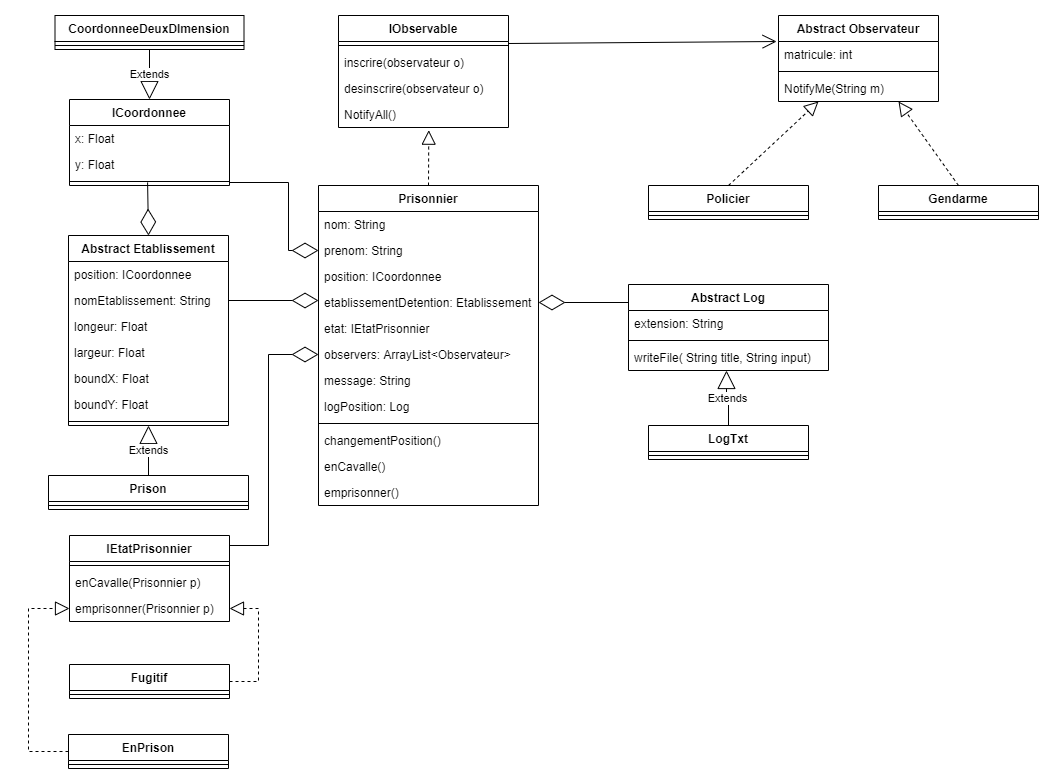
e1730934/System-Prison keeps this draw.io diagram as Quiz04BilalKhendaf.drawio.png. Above is the earlier version. Source tidied: cells renumbered, new cells last; positions are measured from the earlier drawing's top-left corner, leaving out a move shared by most shapes.
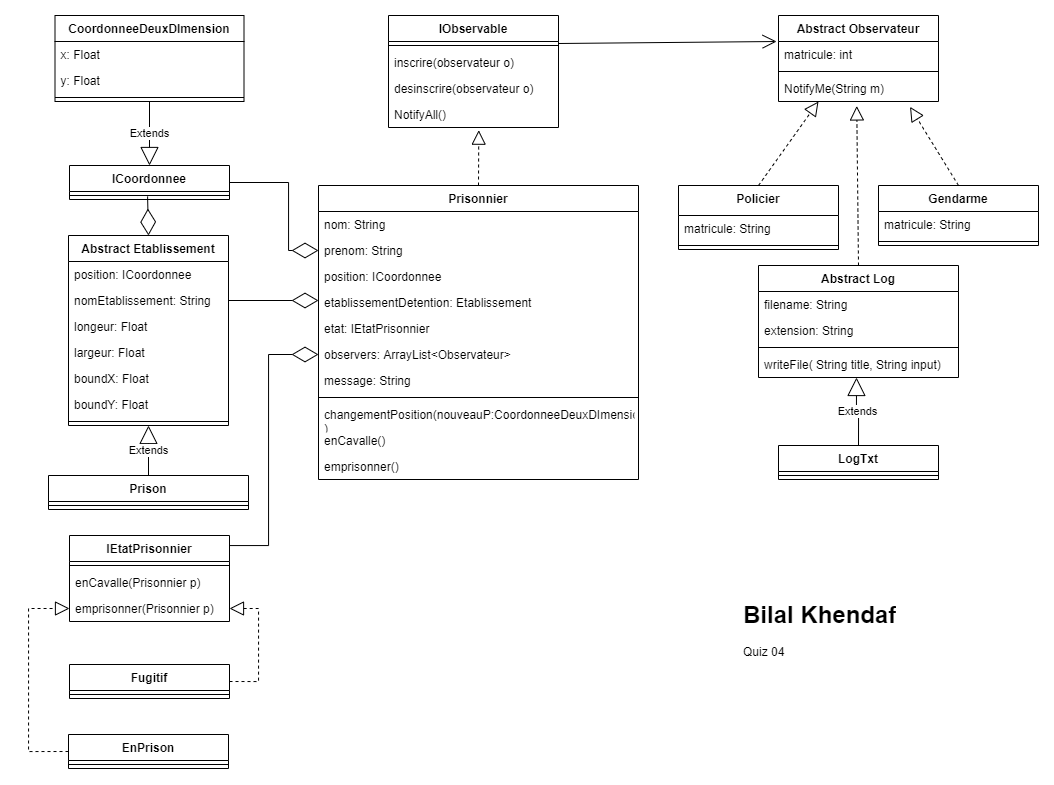
Later version of the same file.

What changed in the source:
```diff
@@ -3,55 +3,46 @@
     <mxCell id="0" />
     <mxCell id="1" parent="0" />
     <mxCell id="2" value="ICoordonnee" style="swimlane;fontStyle=1;align=center;verticalAlign=top;horizontal=1;startSize=26;" parent="1" vertex="1">
-      <mxGeometry x="41" y="84" width="160" height="86" as="geometry" />
+      <mxGeometry x="41" y="150" width="160" height="34" as="geometry" />
     </mxCell>
-    <mxCell id="3" value="x: Float" style="text;strokeColor=none;fillColor=none;align=left;verticalAlign=top;spacingLeft=4;spacingRight=4;overflow=hidden;" parent="2" vertex="1">
-      <mxGeometry y="26" width="160" height="26" as="geometry" />
-    </mxCell>
-    <mxCell id="4" value="y: Float" style="text;strokeColor=none;fillColor=none;align=left;verticalAlign=top;spacingLeft=4;spacingRight=4;overflow=hidden;" parent="2" vertex="1">
-      <mxGeometry y="52" width="160" height="26" as="geometry" />
-    </mxCell>
     <mxCell id="5" style="line;strokeWidth=1;fillColor=none;align=left;verticalAlign=middle;spacingTop=-1;spacingLeft=3;spacingRight=3;labelPosition=right;points=[];portConstraint=eastwest;" parent="2" vertex="1">
-      <mxGeometry y="78" width="160" height="8" as="geometry" />
+      <mxGeometry y="26" width="160" height="8" as="geometry" />
     </mxCell>
     <mxCell id="6" value="Prisonnier" style="swimlane;fontStyle=1;align=center;verticalAlign=top;horizontal=1;startSize=26;" parent="1" vertex="1">
-      <mxGeometry x="290" y="170" width="220" height="320" as="geometry" />
+      <mxGeometry x="290" y="170" width="320" height="294" as="geometry" />
     </mxCell>
     <mxCell id="7" value="nom: String" style="text;strokeColor=none;fillColor=none;align=left;verticalAlign=top;spacingLeft=4;spacingRight=4;overflow=hidden;" parent="6" vertex="1">
-      <mxGeometry y="26" width="220" height="26" as="geometry" />
+      <mxGeometry y="26" width="320" height="26" as="geometry" />
     </mxCell>
     <mxCell id="8" value="prenom: String" style="text;strokeColor=none;fillColor=none;align=left;verticalAlign=top;spacingLeft=4;spacingRight=4;overflow=hidden;points=[[0,0.5],[1,0.5]];portConstraint=eastwest;" parent="6" vertex="1">
-      <mxGeometry y="52" width="220" height="26" as="geometry" />
+      <mxGeometry y="52" width="320" height="26" as="geometry" />
     </mxCell>
     <mxCell id="9" value="position: ICoordonnee" style="text;strokeColor=none;fillColor=none;align=left;verticalAlign=top;spacingLeft=4;spacingRight=4;overflow=hidden;" parent="6" vertex="1">
-      <mxGeometry y="78" width="220" height="26" as="geometry" />
+      <mxGeometry y="78" width="320" height="26" as="geometry" />
     </mxCell>
     <mxCell id="10" value="etablissementDetention: Etablissement" style="text;strokeColor=none;fillColor=none;align=left;verticalAlign=top;spacingLeft=4;spacingRight=4;overflow=hidden;points=[[0,0.5],[1,0.5]];portConstraint=eastwest;" parent="6" vertex="1">
-      <mxGeometry y="104" width="220" height="26" as="geometry" />
+      <mxGeometry y="104" width="320" height="26" as="geometry" />
     </mxCell>
     <mxCell id="11" value="etat: IEtatPrisonnier" style="text;strokeColor=none;fillColor=none;align=left;verticalAlign=top;spacingLeft=4;spacingRight=4;overflow=hidden;" parent="6" vertex="1">
-      <mxGeometry y="130" width="220" height="26" as="geometry" />
+      <mxGeometry y="130" width="320" height="26" as="geometry" />
     </mxCell>
     <mxCell id="12" value="observers: ArrayList&lt;Observateur&gt; " style="text;strokeColor=none;fillColor=none;align=left;verticalAlign=top;spacingLeft=4;spacingRight=4;overflow=hidden;" parent="6" vertex="1">
-      <mxGeometry y="156" width="220" height="26" as="geometry" />
+      <mxGeometry y="156" width="320" height="26" as="geometry" />
     </mxCell>
     <mxCell id="13" value="message: String" style="text;strokeColor=none;fillColor=none;align=left;verticalAlign=top;spacingLeft=4;spacingRight=4;overflow=hidden;" parent="6" vertex="1">
-      <mxGeometry y="182" width="220" height="26" as="geometry" />
+      <mxGeometry y="182" width="320" height="26" as="geometry" />
     </mxCell>
-    <mxCell id="14" value="logPosition: Log" style="text;strokeColor=none;fillColor=none;align=left;verticalAlign=top;spacingLeft=4;spacingRight=4;overflow=hidden;" parent="6" vertex="1">
-      <mxGeometry y="208" width="220" height="26" as="geometry" />
-    </mxCell>
     <mxCell id="15" style="line;strokeWidth=1;fillColor=none;align=left;verticalAlign=middle;spacingTop=-1;spacingLeft=3;spacingRight=3;labelPosition=right;" parent="6" vertex="1">
-      <mxGeometry y="234" width="220" height="8" as="geometry" />
+      <mxGeometry y="208" width="320" height="8" as="geometry" />
     </mxCell>
-    <mxCell id="16" value="changementPosition()" style="text;strokeColor=none;fillColor=none;align=left;verticalAlign=top;spacingLeft=4;spacingRight=4;overflow=hidden;" parent="6" vertex="1">
-      <mxGeometry y="242" width="220" height="26" as="geometry" />
+    <mxCell id="16" value="changementPosition(nouveauP:CoordonneeDeuxDImension)&#10;)" style="text;strokeColor=none;fillColor=none;align=left;verticalAlign=top;spacingLeft=4;spacingRight=4;overflow=hidden;fontStyle=0;" parent="6" vertex="1">
+      <mxGeometry y="216" width="320" height="26" as="geometry" />
     </mxCell>
     <mxCell id="17" value="enCavalle()" style="text;strokeColor=none;fillColor=none;align=left;verticalAlign=top;spacingLeft=4;spacingRight=4;overflow=hidden;" parent="6" vertex="1">
-      <mxGeometry y="268" width="220" height="26" as="geometry" />
+      <mxGeometry y="242" width="320" height="26" as="geometry" />
     </mxCell>
     <mxCell id="18" value="emprisonner()" style="text;strokeColor=none;fillColor=none;align=left;verticalAlign=top;spacingLeft=4;spacingRight=4;overflow=hidden;" parent="6" vertex="1">
-      <mxGeometry y="294" width="220" height="26" as="geometry" />
+      <mxGeometry y="268" width="320" height="26" as="geometry" />
     </mxCell>
     <mxCell id="19" style="endArrow=diamondThin;endFill=0;endSize=24;html=1;rounded=0;entryX=0;entryY=0.5;entryDx=0;entryDy=0;edgeStyle=orthogonalEdgeStyle;exitX=1;exitY=0.5;exitDx=0;exitDy=0;" parent="1" edge="1" source="2" target="8">
       <mxGeometry relative="1" as="geometry">
@@ -62,17 +53,23 @@
         </Array>
       </mxGeometry>
     </mxCell>
-    <mxCell id="20" value="Policier" style="swimlane;fontStyle=1;align=center;verticalAlign=top;horizontal=1;startSize=26;" parent="1" vertex="1">
-      <mxGeometry x="620" y="170" width="160" height="34" as="geometry" />
+    <mxCell id="20" value="Policier" style="swimlane;fontStyle=1;align=center;verticalAlign=top;horizontal=1;startSize=30;" parent="1" vertex="1">
+      <mxGeometry x="650" y="170" width="160" height="64" as="geometry" />
     </mxCell>
+    <mxCell id="72" value="matricule: String" style="text;strokeColor=none;fillColor=none;align=left;verticalAlign=top;spacingLeft=4;spacingRight=4;overflow=hidden;" parent="20" vertex="1">
+      <mxGeometry y="30" width="160" height="26" as="geometry" />
+    </mxCell>
     <mxCell id="21" style="line;strokeWidth=1;fillColor=none;align=left;verticalAlign=middle;spacingTop=-1;spacingLeft=3;spacingRight=3;labelPosition=right;" parent="20" vertex="1">
-      <mxGeometry y="26" width="160" height="8" as="geometry" />
+      <mxGeometry y="56" width="160" height="8" as="geometry" />
     </mxCell>
     <mxCell id="22" value="Gendarme" style="swimlane;fontStyle=1;align=center;verticalAlign=top;horizontal=1;startSize=26;" parent="1" vertex="1">
-      <mxGeometry x="850" y="170" width="160" height="34" as="geometry" />
+      <mxGeometry x="850" y="170" width="160" height="60" as="geometry" />
     </mxCell>
+    <mxCell id="73" value="matricule: String" style="text;strokeColor=none;fillColor=none;align=left;verticalAlign=top;spacingLeft=4;spacingRight=4;overflow=hidden;" parent="22" vertex="1">
+      <mxGeometry y="26" width="160" height="26" as="geometry" />
+    </mxCell>
     <mxCell id="23" style="line;strokeWidth=1;fillColor=none;align=left;verticalAlign=middle;spacingTop=-1;spacingLeft=3;spacingRight=3;labelPosition=right;" parent="22" vertex="1">
-      <mxGeometry y="26" width="160" height="8" as="geometry" />
+      <mxGeometry y="52" width="160" height="8" as="geometry" />
     </mxCell>
     <mxCell id="24" style="endArrow=block;dashed=1;endFill=0;endSize=12;html=1;rounded=0;exitX=0.5;exitY=0;exitDx=0;exitDy=0;entryX=0.531;entryY=1.103;entryDx=0;entryDy=0;entryPerimeter=0;" parent="1" edge="1" source="6" target="32">
       <mxGeometry relative="1" as="geometry" />
@@ -80,14 +77,14 @@
     <mxCell id="25" style="endArrow=block;dashed=1;endFill=0;endSize=12;html=1;rounded=0;exitX=0.5;exitY=0;exitDx=0;exitDy=0;entryX=0.25;entryY=1;entryDx=0;entryDy=0;" parent="1" edge="1" source="20" target="33">
       <mxGeometry relative="1" as="geometry" />
     </mxCell>
-    <mxCell id="26" style="endArrow=block;dashed=1;endFill=0;endSize=12;html=1;rounded=0;exitX=0.5;exitY=0;exitDx=0;exitDy=0;entryX=0.75;entryY=1;entryDx=0;entryDy=0;" parent="1" edge="1" source="22" target="33">
+    <mxCell id="26" style="endArrow=block;dashed=1;endFill=0;endSize=12;html=1;rounded=0;exitX=0.5;exitY=0;exitDx=0;exitDy=0;entryX=0.822;entryY=1.205;entryDx=0;entryDy=0;entryPerimeter=0;" parent="1" edge="1" source="22" target="36">
       <mxGeometry relative="1" as="geometry" />
     </mxCell>
     <mxCell id="27" style="endArrow=open;endFill=1;endSize=12;html=1;rounded=0;exitX=1;exitY=0.25;exitDx=0;exitDy=0;entryX=-0.012;entryY=0;entryDx=0;entryDy=0;entryPerimeter=0;" parent="1" edge="1" source="28" target="34">
       <mxGeometry relative="1" as="geometry" />
     </mxCell>
     <mxCell id="28" value="IObservable" style="swimlane;fontStyle=1;align=center;verticalAlign=top;horizontal=1;startSize=26;" parent="1" vertex="1">
-      <mxGeometry x="310" width="170" height="112" as="geometry" />
+      <mxGeometry x="360" width="170" height="112" as="geometry" />
     </mxCell>
     <mxCell id="29" style="line;strokeWidth=1;fillColor=none;align=left;verticalAlign=middle;spacingTop=-1;spacingLeft=3;spacingRight=3;labelPosition=right;" parent="28" vertex="1">
       <mxGeometry y="26" width="170" height="8" as="geometry" />
@@ -205,28 +202,37 @@
       <mxGeometry relative="1" as="geometry" />
     </mxCell>
     <mxCell id="61" value="CoordonneeDeuxDImension" style="swimlane;fontStyle=1;align=center;verticalAlign=top;horizontal=1;startSize=26;" parent="1" vertex="1">
-      <mxGeometry x="26.5" width="189" height="34" as="geometry" />
+      <mxGeometry x="26.5" width="189" height="86" as="geometry" />
     </mxCell>
+    <mxCell id="3" value="x: Float" style="text;strokeColor=none;fillColor=none;align=left;verticalAlign=top;spacingLeft=4;spacingRight=4;overflow=hidden;" parent="61" vertex="1">
+      <mxGeometry y="26" width="189" height="26" as="geometry" />
+    </mxCell>
+    <mxCell id="4" value="y: Float" style="text;strokeColor=none;fillColor=none;align=left;verticalAlign=top;spacingLeft=4;spacingRight=4;overflow=hidden;" parent="61" vertex="1">
+      <mxGeometry y="52" width="189" height="26" as="geometry" />
+    </mxCell>
     <mxCell id="62" style="line;strokeWidth=1;fillColor=none;align=left;verticalAlign=middle;spacingTop=-1;spacingLeft=3;spacingRight=3;labelPosition=right;" parent="61" vertex="1">
-      <mxGeometry y="26" width="189" height="8" as="geometry" />
+      <mxGeometry y="78" width="189" height="8" as="geometry" />
     </mxCell>
     <mxCell id="63" value="Extends" style="endArrow=block;endSize=16;endFill=0;html=1;rounded=0;exitX=0.5;exitY=1;exitDx=0;exitDy=0;entryX=0.5;entryY=0;entryDx=0;entryDy=0;" parent="1" edge="1" source="61" target="2">
       <mxGeometry relative="1" as="geometry" />
     </mxCell>
     <mxCell id="64" value="Abstract Log" style="swimlane;fontStyle=1;align=center;verticalAlign=top;horizontal=1;startSize=26;" parent="1" vertex="1">
-      <mxGeometry x="600" y="269" width="200" height="86" as="geometry" />
+      <mxGeometry x="730" y="250" width="200" height="112" as="geometry" />
     </mxCell>
+    <mxCell id="74" value="filename: String" style="text;strokeColor=none;fillColor=none;align=left;verticalAlign=top;spacingLeft=4;spacingRight=4;overflow=hidden;" parent="64" vertex="1">
+      <mxGeometry y="26" width="200" height="26" as="geometry" />
+    </mxCell>
     <mxCell id="65" value="extension: String" style="text;strokeColor=none;fillColor=none;align=left;verticalAlign=top;spacingLeft=4;spacingRight=4;overflow=hidden;" parent="64" vertex="1">
-      <mxGeometry y="26" width="200" height="26" as="geometry" />
+      <mxGeometry y="52" width="200" height="26" as="geometry" />
     </mxCell>
     <mxCell id="66" style="line;strokeWidth=1;fillColor=none;align=left;verticalAlign=middle;spacingTop=-1;spacingLeft=3;spacingRight=3;labelPosition=right;" parent="64" vertex="1">
-      <mxGeometry y="52" width="200" height="8" as="geometry" />
+      <mxGeometry y="78" width="200" height="8" as="geometry" />
     </mxCell>
     <mxCell id="67" value="writeFile( String title, String input)" style="text;strokeColor=none;fillColor=none;align=left;verticalAlign=top;spacingLeft=4;spacingRight=4;overflow=hidden;points=[[0,0.5],[1,0.5]];portConstraint=eastwest;" parent="64" vertex="1">
-      <mxGeometry y="60" width="200" height="26" as="geometry" />
+      <mxGeometry y="86" width="200" height="26" as="geometry" />
     </mxCell>
     <mxCell id="68" value="LogTxt" style="swimlane;fontStyle=1;align=center;verticalAlign=top;horizontal=1;startSize=26;" parent="1" vertex="1">
-      <mxGeometry x="620" y="410" width="160" height="34" as="geometry" />
+      <mxGeometry x="750" y="430" width="160" height="34" as="geometry" />
     </mxCell>
     <mxCell id="69" style="line;strokeWidth=1;fillColor=none;align=left;verticalAlign=middle;spacingTop=-1;spacingLeft=3;spacingRight=3;labelPosition=right;" parent="68" vertex="1">
       <mxGeometry y="26" width="160" height="8" as="geometry" />
@@ -234,12 +240,11 @@
     <mxCell id="70" value="Extends" style="endArrow=block;endSize=16;endFill=0;html=1;rounded=0;edgeStyle=orthogonalEdgeStyle;exitX=0.5;exitY=0;exitDx=0;exitDy=0;entryX=0.49;entryY=1;entryDx=0;entryDy=0;entryPerimeter=0;" parent="1" edge="1" source="68" target="67">
       <mxGeometry relative="1" as="geometry" />
     </mxCell>
-    <mxCell id="71" style="endArrow=diamondThin;endFill=0;endSize=24;html=1;rounded=0;edgeStyle=orthogonalEdgeStyle;exitX=0;exitY=0.25;exitDx=0;exitDy=0;entryX=1;entryY=0.5;entryDx=0;entryDy=0;" parent="1" edge="1" source="64" target="10">
-      <mxGeometry relative="1" as="geometry">
-        <Array as="points">
-          <mxPoint x="600" y="287" />
-        </Array>
-      </mxGeometry>
-    </mxCell>
+    <mxCell id="75" value="&lt;h1&gt;Bilal Khendaf&lt;/h1&gt;&lt;p&gt;Quiz 04&lt;/p&gt;" style="text;html=1;strokeColor=none;fillColor=none;spacing=5;spacingTop=-20;whiteSpace=wrap;overflow=hidden;rounded=0;" parent="1" vertex="1">
+      <mxGeometry x="710" y="580" width="190" height="120" as="geometry" />
+    </mxCell>
+    <mxCell id="76" style="endArrow=block;dashed=1;endFill=0;endSize=12;html=1;rounded=0;exitX=0.5;exitY=0;exitDx=0;exitDy=0;entryX=0.489;entryY=1.171;entryDx=0;entryDy=0;entryPerimeter=0;" parent="1" edge="1" source="64" target="36">
+      <mxGeometry relative="1" as="geometry" />
+    </mxCell>
   </root>
 </mxGraphModel>
```
